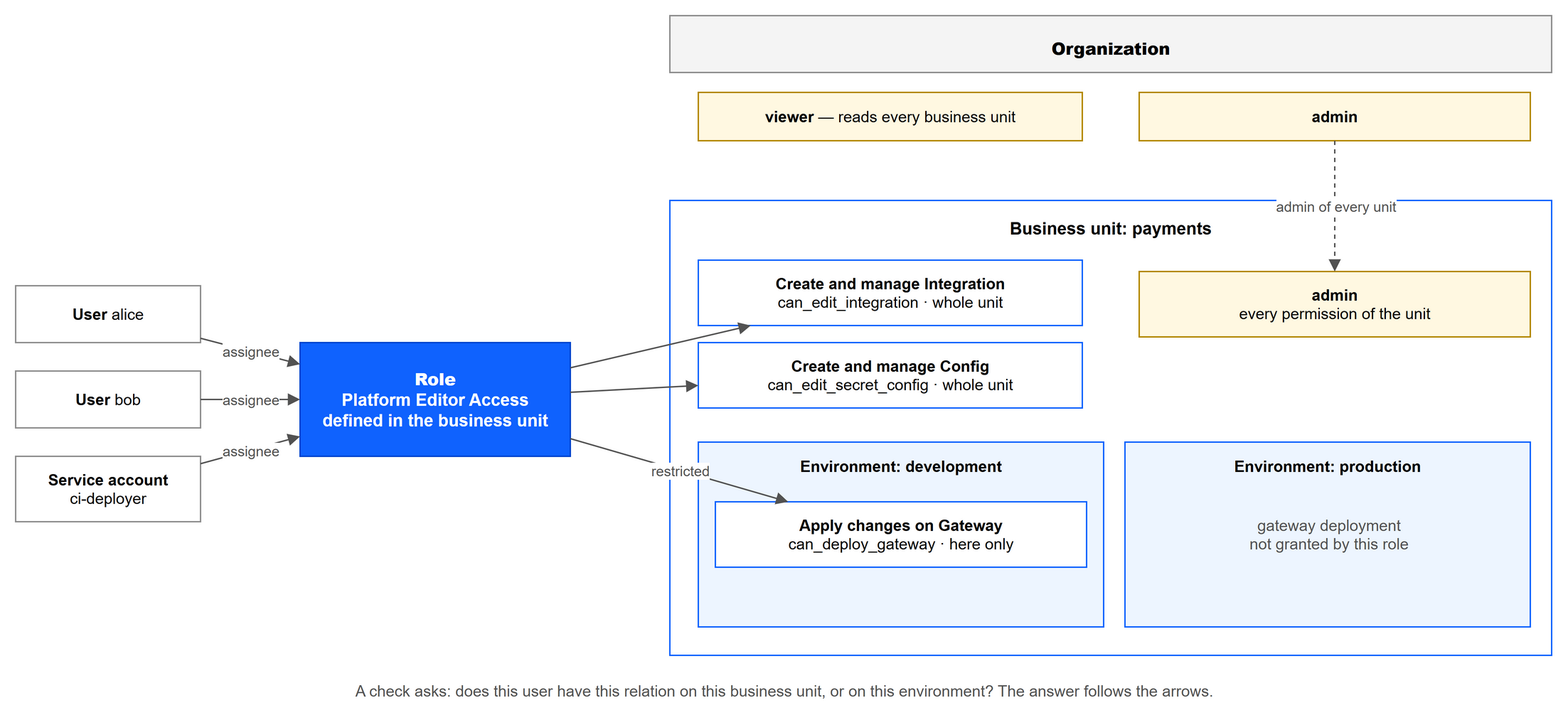
This is static/img/access/role-structure.drawio.png from cml-x/docs, a draw.io export, as it was before one commit. Source tidied: cells renumbered, new cells last; positions are measured from the earlier drawing's top-left corner, leaving out a move shared by most shapes.
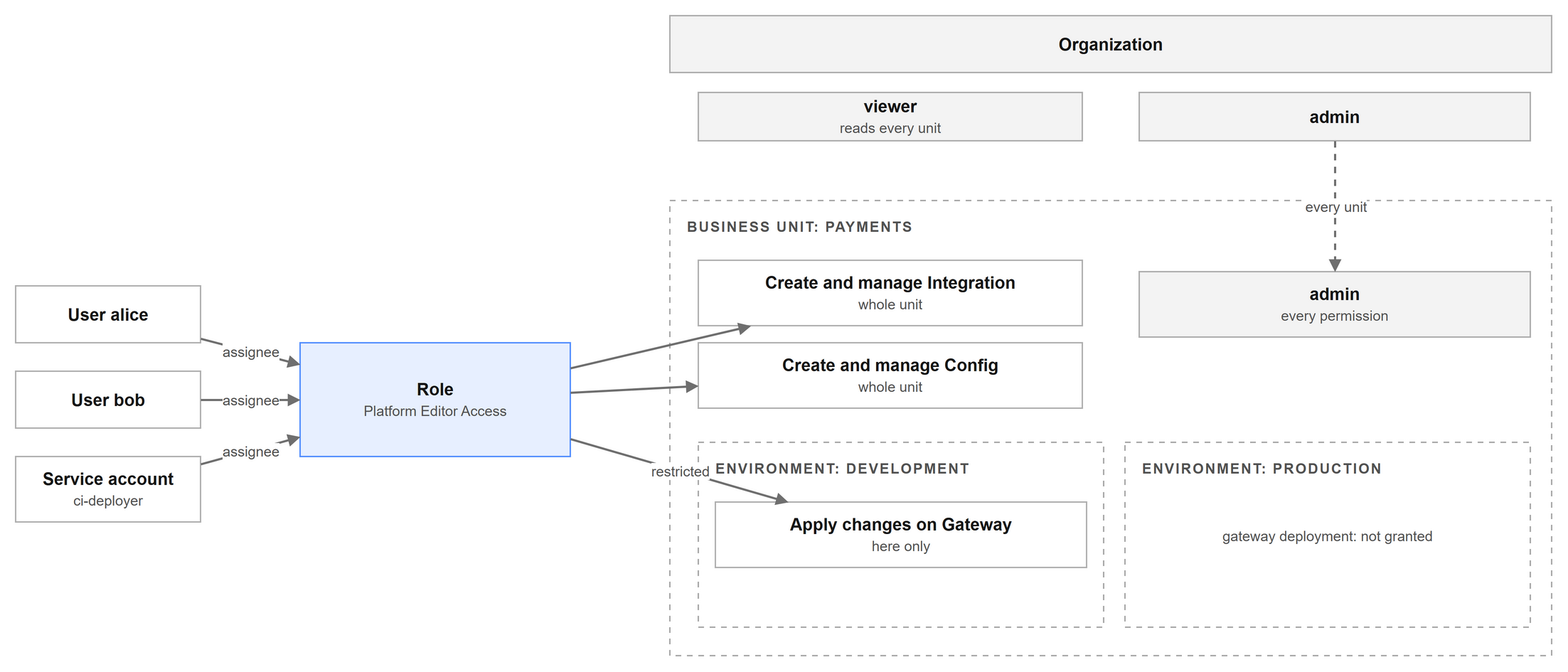
Later version of the same file.

What changed in the source:
```diff
@@ -1,75 +1,72 @@
-<mxGraphModel>
+<mxGraphModel background="#FFFFFF">
   <root>
     <mxCell id="0" />
     <mxCell id="1" parent="0" />
-    <mxCell id="2" value="&lt;b&gt;Organization&lt;/b&gt;" style="rounded=0;whiteSpace=wrap;html=1;fillColor=#f4f4f4;strokeColor=#8d8d8d;fontSize=12;fontStyle=1;spacingTop=6;" parent="1" vertex="1">
+    <mxCell id="2" value="&lt;b&gt;Organization&lt;/b&gt;" style="rounded=0;whiteSpace=wrap;html=1;strokeWidth=1;fontColor=#161616;fontSize=12;fillColor=#161616;fillOpacity=5;strokeColor=#8D8D8D;strokeOpacity=70;" parent="1" vertex="1">
       <mxGeometry x="460" width="620" height="40" as="geometry" />
     </mxCell>
-    <mxCell id="3" value="&lt;b&gt;viewer&lt;/b&gt; — reads every business unit" style="rounded=0;whiteSpace=wrap;html=1;fillColor=#fff8e1;strokeColor=#b28600;fontSize=11;" parent="1" vertex="1">
+    <mxCell id="3" value="&lt;b&gt;viewer&lt;/b&gt;&lt;br&gt;&lt;span style=&quot;font-size:10px;color:#525252&quot;&gt;reads every unit&lt;/span&gt;" style="rounded=0;whiteSpace=wrap;html=1;strokeWidth=1;fontColor=#161616;fontSize=12;fillColor=#161616;fillOpacity=5;strokeColor=#8D8D8D;strokeOpacity=70;" parent="1" vertex="1">
       <mxGeometry x="480" y="54" width="270" height="34" as="geometry" />
     </mxCell>
-    <mxCell id="4" value="&lt;b&gt;admin&lt;/b&gt;" style="rounded=0;whiteSpace=wrap;html=1;fillColor=#fff8e1;strokeColor=#b28600;fontSize=11;" parent="1" vertex="1">
+    <mxCell id="4" value="&lt;b&gt;admin&lt;/b&gt;" style="rounded=0;whiteSpace=wrap;html=1;strokeWidth=1;fontColor=#161616;fontSize=12;fillColor=#161616;fillOpacity=5;strokeColor=#8D8D8D;strokeOpacity=70;" parent="1" vertex="1">
       <mxGeometry x="790" y="54" width="275" height="34" as="geometry" />
     </mxCell>
-    <mxCell id="5" value="&lt;b&gt;User&lt;/b&gt; alice" style="rounded=0;whiteSpace=wrap;html=1;fillColor=#ffffff;strokeColor=#8d8d8d;fontSize=11;" parent="1" vertex="1">
+    <mxCell id="5" value="&lt;b&gt;User alice&lt;/b&gt;" style="rounded=0;whiteSpace=wrap;html=1;strokeWidth=1;fontColor=#161616;fontSize=12;fillColor=none;strokeColor=#8D8D8D;strokeOpacity=70;" parent="1" vertex="1">
       <mxGeometry y="190" width="130" height="40" as="geometry" />
     </mxCell>
-    <mxCell id="6" value="&lt;b&gt;User&lt;/b&gt; bob" style="rounded=0;whiteSpace=wrap;html=1;fillColor=#ffffff;strokeColor=#8d8d8d;fontSize=11;" parent="1" vertex="1">
+    <mxCell id="6" value="&lt;b&gt;User bob&lt;/b&gt;" style="rounded=0;whiteSpace=wrap;html=1;strokeWidth=1;fontColor=#161616;fontSize=12;fillColor=none;strokeColor=#8D8D8D;strokeOpacity=70;" parent="1" vertex="1">
       <mxGeometry y="250" width="130" height="40" as="geometry" />
     </mxCell>
-    <mxCell id="7" value="&lt;b&gt;Service account&lt;/b&gt;&lt;br&gt;ci-deployer" style="rounded=0;whiteSpace=wrap;html=1;fillColor=#ffffff;strokeColor=#8d8d8d;fontSize=11;" parent="1" vertex="1">
+    <mxCell id="7" value="&lt;b&gt;Service account&lt;/b&gt;&lt;br&gt;&lt;span style=&quot;font-size:10px;color:#525252&quot;&gt;ci-deployer&lt;/span&gt;" style="rounded=0;whiteSpace=wrap;html=1;strokeWidth=1;fontColor=#161616;fontSize=12;fillColor=none;strokeColor=#8D8D8D;strokeOpacity=70;" parent="1" vertex="1">
       <mxGeometry y="310" width="130" height="46" as="geometry" />
     </mxCell>
-    <mxCell id="8" value="&lt;b&gt;Role&lt;/b&gt;&lt;br&gt;Platform Editor Access&lt;br&gt;defined in the business unit" style="rounded=0;whiteSpace=wrap;html=1;fillColor=#0f62fe;strokeColor=#0043ce;fontColor=#ffffff;fontSize=12;fontStyle=1;" parent="1" vertex="1">
+    <mxCell id="8" value="&lt;b&gt;Role&lt;/b&gt;&lt;br&gt;&lt;span style=&quot;font-size:10px;color:#525252&quot;&gt;Platform Editor Access&lt;/span&gt;" style="rounded=0;whiteSpace=wrap;html=1;strokeWidth=1;fontColor=#161616;fontSize=12;fillColor=#0F62FE;fillOpacity=10;strokeColor=#0F62FE;strokeOpacity=70;" parent="1" vertex="1">
       <mxGeometry x="200" y="230" width="190" height="80" as="geometry" />
     </mxCell>
-    <mxCell id="9" value="Business unit: payments" style="rounded=0;whiteSpace=wrap;html=1;fillColor=#ffffff;strokeColor=#0f62fe;verticalAlign=top;fontSize=12;fontStyle=1;spacingTop=6;" parent="1" vertex="1">
+    <mxCell id="9" value="&lt;span style=&quot;font-size:10px;color:#525252;letter-spacing:1px&quot;&gt;&lt;b&gt;BUSINESS UNIT: PAYMENTS&lt;/b&gt;&lt;/span&gt;" style="rounded=0;whiteSpace=wrap;html=1;strokeWidth=1;fontColor=#161616;fontSize=12;fillColor=none;strokeColor=#A8A8A8;dashed=1;dashPattern=4 4;verticalAlign=top;align=left;spacingLeft=10;spacingTop=4;" parent="1" vertex="1">
       <mxGeometry x="460" y="130" width="620" height="320" as="geometry" />
     </mxCell>
-    <mxCell id="10" value="&lt;b&gt;Create and manage Integration&lt;/b&gt;&lt;br&gt;can_edit_integration · whole unit" style="rounded=0;whiteSpace=wrap;html=1;fillColor=#ffffff;strokeColor=#0f62fe;fontSize=11;" parent="1" vertex="1">
+    <mxCell id="10" value="&lt;b&gt;Create and manage Integration&lt;/b&gt;&lt;br&gt;&lt;span style=&quot;font-size:10px;color:#525252&quot;&gt;whole unit&lt;/span&gt;" style="rounded=0;whiteSpace=wrap;html=1;strokeWidth=1;fontColor=#161616;fontSize=12;fillColor=none;strokeColor=#8D8D8D;strokeOpacity=70;" parent="1" vertex="1">
       <mxGeometry x="480" y="172" width="270" height="46" as="geometry" />
     </mxCell>
-    <mxCell id="11" value="&lt;b&gt;Create and manage Config&lt;/b&gt;&lt;br&gt;can_edit_secret_config · whole unit" style="rounded=0;whiteSpace=wrap;html=1;fillColor=#ffffff;strokeColor=#0f62fe;fontSize=11;" parent="1" vertex="1">
+    <mxCell id="11" value="&lt;b&gt;Create and manage Config&lt;/b&gt;&lt;br&gt;&lt;span style=&quot;font-size:10px;color:#525252&quot;&gt;whole unit&lt;/span&gt;" style="rounded=0;whiteSpace=wrap;html=1;strokeWidth=1;fontColor=#161616;fontSize=12;fillColor=none;strokeColor=#8D8D8D;strokeOpacity=70;" parent="1" vertex="1">
       <mxGeometry x="480" y="230" width="270" height="46" as="geometry" />
     </mxCell>
-    <mxCell id="12" value="&lt;b&gt;admin&lt;/b&gt;&lt;br&gt;every permission of the unit" style="rounded=0;whiteSpace=wrap;html=1;fillColor=#fff8e1;strokeColor=#b28600;fontSize=11;" parent="1" vertex="1">
+    <mxCell id="12" value="&lt;b&gt;admin&lt;/b&gt;&lt;br&gt;&lt;span style=&quot;font-size:10px;color:#525252&quot;&gt;every permission&lt;/span&gt;" style="rounded=0;whiteSpace=wrap;html=1;strokeWidth=1;fontColor=#161616;fontSize=12;fillColor=#161616;fillOpacity=5;strokeColor=#8D8D8D;strokeOpacity=70;" parent="1" vertex="1">
       <mxGeometry x="790" y="180" width="275" height="46" as="geometry" />
     </mxCell>
-    <mxCell id="13" value="Environment: development" style="rounded=0;whiteSpace=wrap;html=1;fillColor=#edf5ff;strokeColor=#0f62fe;verticalAlign=top;fontSize=11;fontStyle=1;spacingTop=4;" parent="1" vertex="1">
+    <mxCell id="13" value="&lt;span style=&quot;font-size:10px;color:#525252;letter-spacing:1px&quot;&gt;&lt;b&gt;ENVIRONMENT: DEVELOPMENT&lt;/b&gt;&lt;/span&gt;" style="rounded=0;whiteSpace=wrap;html=1;strokeWidth=1;fontColor=#161616;fontSize=12;fillColor=none;strokeColor=#A8A8A8;dashed=1;dashPattern=4 4;verticalAlign=top;align=left;spacingLeft=10;spacingTop=4;" parent="1" vertex="1">
       <mxGeometry x="480" y="300" width="285" height="130" as="geometry" />
     </mxCell>
-    <mxCell id="14" value="&lt;b&gt;Apply changes on Gateway&lt;/b&gt;&lt;br&gt;can_deploy_gateway · here only" style="rounded=0;whiteSpace=wrap;html=1;fillColor=#ffffff;strokeColor=#0f62fe;fontSize=11;" parent="1" vertex="1">
+    <mxCell id="14" value="&lt;b&gt;Apply changes on Gateway&lt;/b&gt;&lt;br&gt;&lt;span style=&quot;font-size:10px;color:#525252&quot;&gt;here only&lt;/span&gt;" style="rounded=0;whiteSpace=wrap;html=1;strokeWidth=1;fontColor=#161616;fontSize=12;fillColor=none;strokeColor=#8D8D8D;strokeOpacity=70;" parent="1" vertex="1">
       <mxGeometry x="492" y="342" width="261" height="46" as="geometry" />
     </mxCell>
-    <mxCell id="15" value="Environment: production" style="rounded=0;whiteSpace=wrap;html=1;fillColor=#edf5ff;strokeColor=#0f62fe;verticalAlign=top;fontSize=11;fontStyle=1;spacingTop=4;" parent="1" vertex="1">
+    <mxCell id="15" value="&lt;span style=&quot;font-size:10px;color:#525252;letter-spacing:1px&quot;&gt;&lt;b&gt;ENVIRONMENT: PRODUCTION&lt;/b&gt;&lt;/span&gt;" style="rounded=0;whiteSpace=wrap;html=1;strokeWidth=1;fontColor=#161616;fontSize=12;fillColor=none;strokeColor=#A8A8A8;dashed=1;dashPattern=4 4;verticalAlign=top;align=left;spacingLeft=10;spacingTop=4;" parent="1" vertex="1">
       <mxGeometry x="780" y="300" width="285" height="130" as="geometry" />
     </mxCell>
-    <mxCell id="16" value="gateway deployment&lt;br&gt;not granted by this role" style="text;html=1;align=center;verticalAlign=middle;fontSize=11;fontColor=#525252;" parent="1" vertex="1">
+    <mxCell id="16" value="&lt;span style=&quot;font-size:10px;color:#525252&quot;&gt;gateway deployment: not granted&lt;/span&gt;" style="rounded=0;whiteSpace=wrap;html=1;strokeWidth=1;fontColor=#161616;fontSize=12;fillColor=none;strokeColor=none;" parent="1" vertex="1">
       <mxGeometry x="792" y="342" width="261" height="46" as="geometry" />
     </mxCell>
-    <mxCell id="17" value="assignee" style="endArrow=block;html=1;rounded=0;strokeColor=#525252;fontSize=10;fontColor=#525252;labelBackgroundColor=#ffffff;" parent="1" edge="1" source="5" target="8">
+    <mxCell id="17" value="assignee" style="endArrow=block;html=1;rounded=0;strokeColor=#6F6F6F;fontSize=10;fontColor=#525252;labelBackgroundColor=#FFFFFF;strokeWidth=1.5;endSize=5;" parent="1" edge="1" source="5" target="8">
       <mxGeometry relative="1" as="geometry" />
     </mxCell>
-    <mxCell id="18" value="assignee" style="endArrow=block;html=1;rounded=0;strokeColor=#525252;fontSize=10;fontColor=#525252;labelBackgroundColor=#ffffff;" parent="1" edge="1" source="6" target="8">
+    <mxCell id="18" value="assignee" style="endArrow=block;html=1;rounded=0;strokeColor=#6F6F6F;fontSize=10;fontColor=#525252;labelBackgroundColor=#FFFFFF;strokeWidth=1.5;endSize=5;" parent="1" edge="1" source="6" target="8">
       <mxGeometry relative="1" as="geometry" />
     </mxCell>
-    <mxCell id="19" value="assignee" style="endArrow=block;html=1;rounded=0;strokeColor=#525252;fontSize=10;fontColor=#525252;labelBackgroundColor=#ffffff;" parent="1" edge="1" source="7" target="8">
+    <mxCell id="19" value="assignee" style="endArrow=block;html=1;rounded=0;strokeColor=#6F6F6F;fontSize=10;fontColor=#525252;labelBackgroundColor=#FFFFFF;strokeWidth=1.5;endSize=5;" parent="1" edge="1" source="7" target="8">
       <mxGeometry relative="1" as="geometry" />
     </mxCell>
-    <mxCell id="20" style="endArrow=block;html=1;rounded=0;strokeColor=#525252;fontSize=10;fontColor=#525252;labelBackgroundColor=#ffffff;" parent="1" edge="1" source="8" target="10">
+    <mxCell id="20" style="endArrow=block;html=1;rounded=0;strokeColor=#6F6F6F;fontSize=10;fontColor=#525252;labelBackgroundColor=#FFFFFF;strokeWidth=1.5;endSize=5;" parent="1" edge="1" source="8" target="10">
       <mxGeometry relative="1" as="geometry" />
     </mxCell>
-    <mxCell id="21" style="endArrow=block;html=1;rounded=0;strokeColor=#525252;fontSize=10;fontColor=#525252;labelBackgroundColor=#ffffff;" parent="1" edge="1" source="8" target="11">
+    <mxCell id="21" style="endArrow=block;html=1;rounded=0;strokeColor=#6F6F6F;fontSize=10;fontColor=#525252;labelBackgroundColor=#FFFFFF;strokeWidth=1.5;endSize=5;" parent="1" edge="1" source="8" target="11">
       <mxGeometry relative="1" as="geometry" />
     </mxCell>
-    <mxCell id="22" value="restricted" style="endArrow=block;html=1;rounded=0;strokeColor=#525252;fontSize=10;fontColor=#525252;labelBackgroundColor=#ffffff;" parent="1" edge="1" source="8" target="14">
+    <mxCell id="22" value="restricted" style="endArrow=block;html=1;rounded=0;strokeColor=#6F6F6F;fontSize=10;fontColor=#525252;labelBackgroundColor=#FFFFFF;strokeWidth=1.5;endSize=5;" parent="1" edge="1" source="8" target="14">
       <mxGeometry relative="1" as="geometry" />
     </mxCell>
-    <mxCell id="23" value="admin of every unit" style="endArrow=block;html=1;rounded=0;strokeColor=#525252;fontSize=10;fontColor=#525252;labelBackgroundColor=#ffffff;dashed=1;" parent="1" edge="1" source="4" target="12">
+    <mxCell id="23" value="every unit" style="endArrow=block;html=1;rounded=0;strokeColor=#6F6F6F;fontSize=10;fontColor=#525252;labelBackgroundColor=#FFFFFF;dashed=1;strokeWidth=1.5;endSize=5;" parent="1" edge="1" source="4" target="12">
       <mxGeometry relative="1" as="geometry" />
     </mxCell>
-    <mxCell id="24" value="A check asks: does this user have this relation on this business unit, or on this environment? The answer follows the arrows." style="text;html=1;align=center;verticalAlign=middle;fontSize=11;fontColor=#525252;" parent="1" vertex="1">
-      <mxGeometry y="462" width="1080" height="26" as="geometry" />
-    </mxCell>
   </root>
 </mxGraphModel>
```
